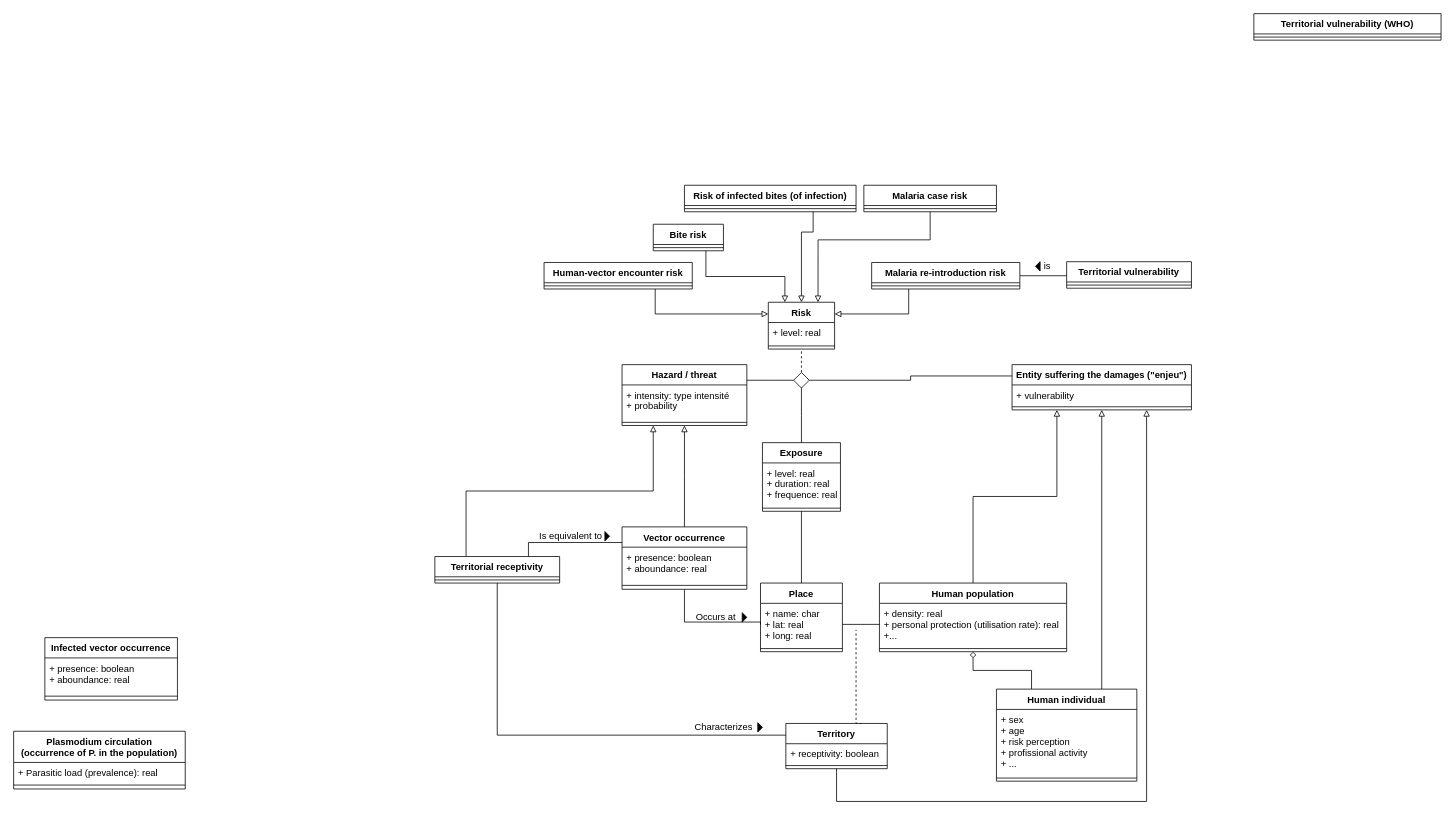
Above: global_model_EN.drawio in EmmanuelRouxIRD/PROGYSAT-VecTrans (draw.io), before the change. Source tidied: cells renumbered, new cells numbered last; positions are measured from the earlier drawing's top-left corner, leaving out a move shared by most shapes. Both pictures are drawn from the tidied source at 78%, with x=0, y=0 at pixel (13, 13).
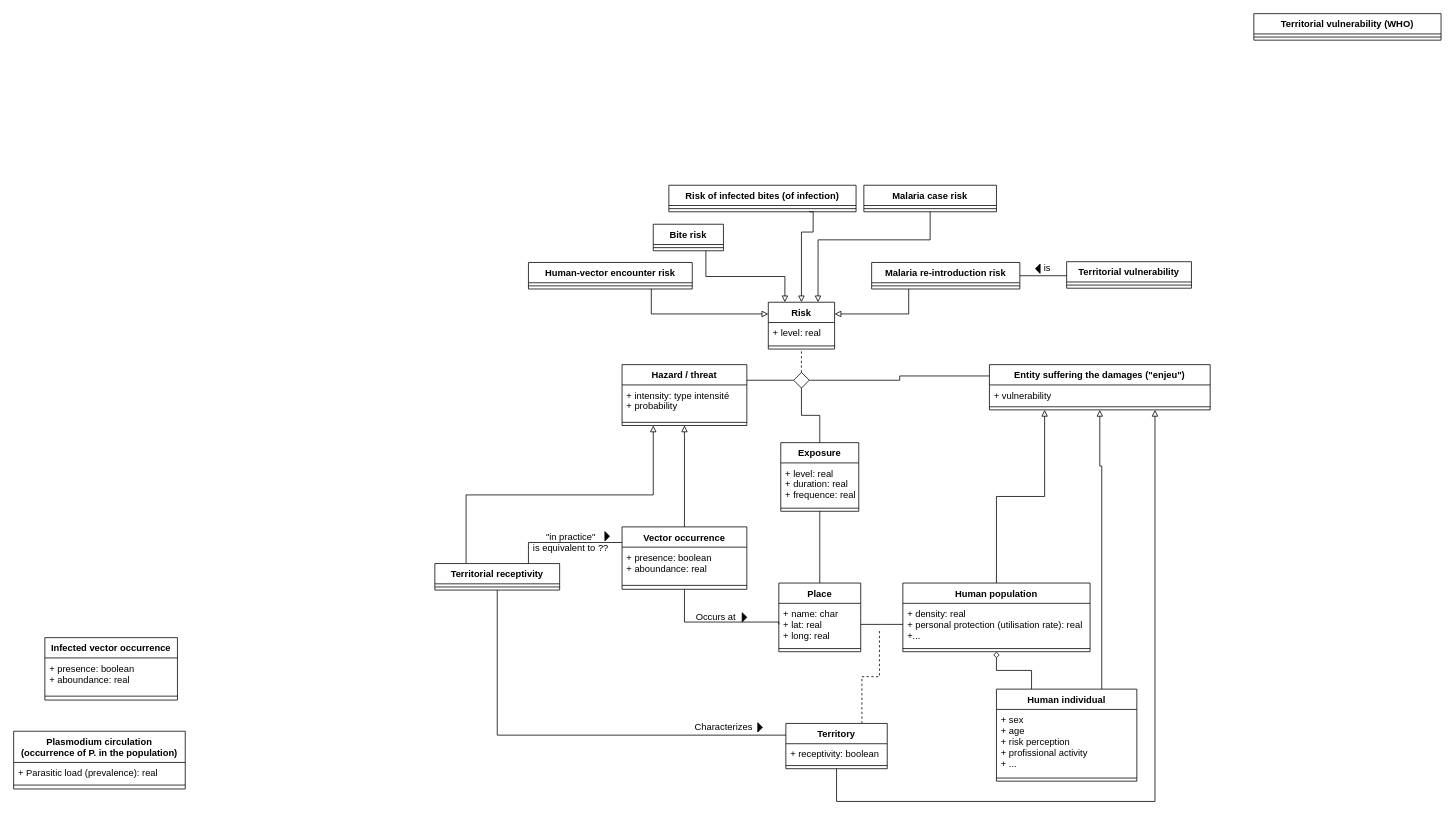
The same diagram, later.

Commit message:
Mettre à jour global_model_EN.drawio

The change refers to these unchanged cells:
```xml
<mxCell id="61" value="Territory" style="swimlane;fontStyle=1;align=center;verticalAlign=top;horizontal=1;startSize=26;" parent="1" vertex="1">
  <mxGeometry x="990" y="910" width="130" height="58" as="geometry" />
</mxCell>
```

Diff of the diagram source:
```diff
@@
     <mxCell id="2" value="Exposure" style="swimlane;fontStyle=1;align=center;verticalAlign=top;horizontal=1;startSize=26;" parent="1" vertex="1">
-      <mxGeometry x="960" y="550" width="100" height="88" as="geometry" />
+      <mxGeometry x="983.5" y="550" width="100" height="88" as="geometry" />
     </mxCell>
@@
     <mxCell id="22" value="Human-vector encounter risk" style="swimlane;fontStyle=1;align=center;verticalAlign=top;horizontal=1;startSize=26;" parent="1" vertex="1">
-      <mxGeometry x="680" y="319" width="190" height="34" as="geometry" />
+      <mxGeometry x="660" y="319" width="210" height="34" as="geometry" />
     </mxCell>
     <mxCell id="23" style="line;strokeWidth=1;fillColor=none;align=left;verticalAlign=middle;spacingTop=-1;spacingLeft=3;spacingRight=3;labelPosition=right;" parent="22" vertex="1">
-      <mxGeometry y="26" width="190" height="8" as="geometry" />
+      <mxGeometry y="26" width="210" height="8" as="geometry" />
     </mxCell>
@@
     <mxCell id="28" value="Risk of infected bites (of infection)" style="swimlane;fontStyle=1;align=center;verticalAlign=top;horizontal=1;startSize=26;" parent="1" vertex="1">
-      <mxGeometry x="860" y="220" width="220" height="34" as="geometry" />
+      <mxGeometry x="840" y="220" width="240" height="34" as="geometry" />
     </mxCell>
     <mxCell id="29" style="line;strokeWidth=1;fillColor=none;align=left;verticalAlign=middle;spacingTop=-1;spacingLeft=3;spacingRight=3;labelPosition=right;" parent="28" vertex="1">
-      <mxGeometry y="26" width="220" height="8" as="geometry" />
+      <mxGeometry y="26" width="240" height="8" as="geometry" />
     </mxCell>
@@
     <mxCell id="43" value="Human population" style="swimlane;fontStyle=1;align=center;verticalAlign=top;horizontal=1;startSize=26;" parent="1" vertex="1">
-      <mxGeometry x="1110" y="730" width="240" height="88" as="geometry" />
+      <mxGeometry x="1140" y="730" width="240" height="88" as="geometry" />
     </mxCell>
@@
-    <mxCell id="48" style="edgeStyle=elbowEdgeStyle;rounded=0;jettySize=auto;html=1;exitX=0.75;exitY=0;exitDx=0;exitDy=0;endArrow=none;endFill=0;dashed=1;" parent="1" edge="1" source="61">
+    <mxCell id="48" style="edgeStyle=elbowEdgeStyle;rounded=0;jettySize=auto;html=1;exitX=0.75;exitY=0;exitDx=0;exitDy=0;endArrow=none;endFill=0;dashed=1;elbow=vertical;" parent="1" edge="1" source="61">
       <mxGeometry relative="1" as="geometry">
-        <mxPoint x="1080" y="790" as="targetPoint" />
-        <Array as="points">
-          <mxPoint x="1080" y="870" />
-        </Array>
+        <mxPoint x="1110" y="790" as="targetPoint" />
       </mxGeometry>
     </mxCell>
@@
     <mxCell id="51" value="Place" style="swimlane;fontStyle=1;align=center;verticalAlign=top;horizontal=1;startSize=26;" parent="1" vertex="1">
-      <mxGeometry x="957.5" y="730" width="105" height="88" as="geometry" />
+      <mxGeometry x="981" y="730" width="105" height="88" as="geometry" />
     </mxCell>
@@
     <mxCell id="54" value="Entity suffering the damages (&quot;enjeu&quot;)" style="swimlane;fontStyle=1;align=center;verticalAlign=top;horizontal=1;startSize=26;" parent="1" vertex="1">
-      <mxGeometry x="1280" y="450" width="230" height="58" as="geometry" />
+      <mxGeometry x="1251" y="450" width="283" height="58" as="geometry" />
     </mxCell>
     <mxCell id="55" value="+ vulnerability" style="text;strokeColor=none;fillColor=none;align=left;verticalAlign=top;spacingLeft=4;spacingRight=4;overflow=hidden;" parent="54" vertex="1">
-      <mxGeometry y="26" width="230" height="24" as="geometry" />
+      <mxGeometry y="26" width="283" height="24" as="geometry" />
     </mxCell>
     <mxCell id="56" style="line;strokeWidth=1;fillColor=none;align=left;verticalAlign=middle;spacingTop=-1;spacingLeft=3;spacingRight=3;labelPosition=right;" parent="54" vertex="1">
-      <mxGeometry y="50" width="230" height="8" as="geometry" />
+      <mxGeometry y="50" width="283" height="8" as="geometry" />
     </mxCell>
@@
     <mxCell id="66" value="Territorial receptivity" style="swimlane;fontStyle=1;align=center;verticalAlign=top;horizontal=1;startSize=26;" parent="1" vertex="1">
-      <mxGeometry x="540" y="696" width="160" height="34" as="geometry" />
+      <mxGeometry x="540" y="705" width="160" height="34" as="geometry" />
     </mxCell>
@@
     <mxCell id="71" value="is" style="text;html=1;align=center;verticalAlign=middle;strokeColor=none;fillColor=none;" parent="1" vertex="1">
-      <mxGeometry x="1310" y="309" width="30" height="30" as="geometry" />
+      <mxGeometry x="1310" y="312" width="30" height="30" as="geometry" />
     </mxCell>
     <mxCell id="72" style="triangle;fillColor=#000000;direction=west;" parent="1" vertex="1">
-      <mxGeometry x="1310" y="318" width="6" height="12" as="geometry" />
+      <mxGeometry x="1310" y="321" width="6" height="12" as="geometry" />
     </mxCell>
@@
-    <mxCell id="80" value="Is equivalent to" style="text;html=1;align=center;verticalAlign=middle;strokeColor=none;fillColor=none;" parent="1" vertex="1">
-      <mxGeometry x="664" y="655" width="100" height="30" as="geometry" />
+    <mxCell id="80" value="&quot;in practice&quot;&lt;br&gt;is equivalent to ??" style="text;html=1;align=center;verticalAlign=middle;strokeColor=none;fillColor=none;" parent="1" vertex="1">
+      <mxGeometry x="654" y="658" width="120" height="40" as="geometry" />
     </mxCell>
```
